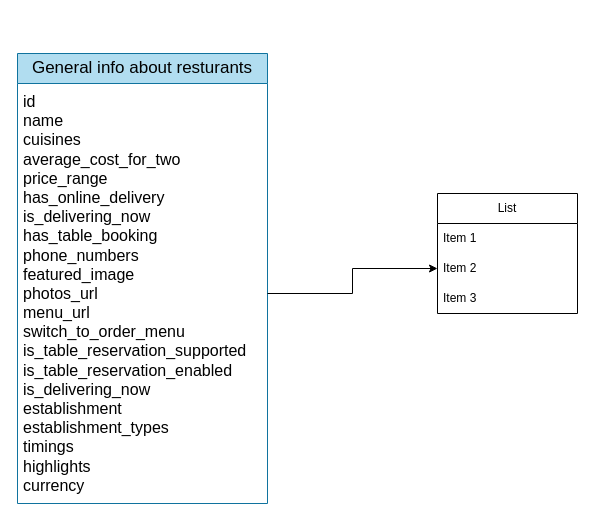
a7medgohary/restaurant_data_pipeline keeps this draw.io diagram as modelfor_data.drawio. Above is the earlier version. Source tidied: cells renumbered, new cells numbered last; positions are measured from the earlier drawing's top-left corner, leaving out a move shared by most shapes. Both pictures are drawn from the tidied source at 100%, with x=0, y=0 at pixel (17, 53).
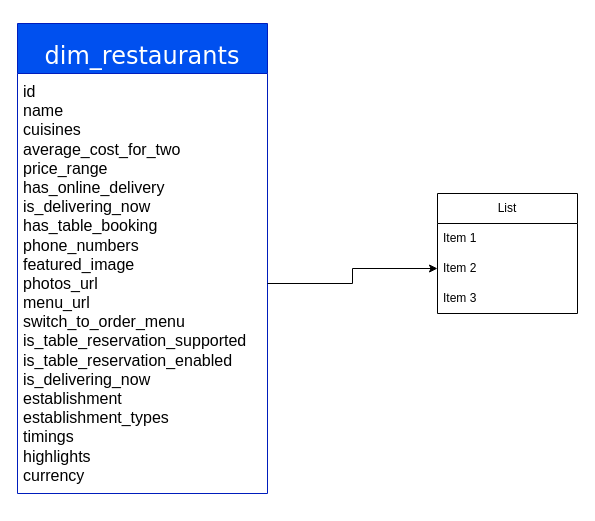
The same page after the edit.

The edit, as a diff of the source:
```diff
@@
 <mxGraphModel>
   <root>
     <mxCell id="0" />
     <mxCell id="1" parent="0" />
-    <mxCell id="2" value="&lt;font style=&quot;font-size: 17px;&quot;&gt;General info about resturants&lt;/font&gt;" style="swimlane;fontStyle=0;horizontal=1;startSize=30;whiteSpace=wrap;html=1;fillColor=#b1ddf0;strokeColor=#10739e;" parent="1" vertex="1">
-      <mxGeometry width="250" height="450" as="geometry" />
+    <mxCell id="2" value="&lt;h1 style=&quot;box-sizing: border-box; border: 0px solid rgb(229, 231, 235); scrollbar-color: auto; scrollbar-width: auto; --tw-border-spacing-x: 0; --tw-border-spacing-y: 0; --tw-translate-x: 0; --tw-translate-y: 0; --tw-rotate: 0; --tw-skew-x: 0; --tw-skew-y: 0; --tw-scale-x: 1; --tw-scale-y: 1; --tw-pan-x: ; --tw-pan-y: ; --tw-pinch-zoom: ; --tw-scroll-snap-strictness: proximity; --tw-gradient-from-position: ; --tw-gradient-via-position: ; --tw-gradient-to-position: ; --tw-ordinal: ; --tw-slashed-zero: ; --tw-numeric-figure: ; --tw-numeric-spacing: ; --tw-numeric-fraction: ; --tw-ring-inset: ; --tw-ring-offset-width: 0px; --tw-ring-offset-color: #fff; --tw-ring-color: rgb(59 130 246/0.5); --tw-ring-offset-shadow: 0 0 #0000; --tw-ring-shadow: 0 0 #0000; --tw-shadow: 0 0 #0000; --tw-shadow-colored: 0 0 #0000; --tw-blur: ; --tw-brightness: ; --tw-contrast: ; --tw-grayscale: ; --tw-hue-rotate: ; --tw-invert: ; --tw-saturate: ; --tw-sepia: ; --tw-drop-shadow: ; --tw-backdrop-blur: ; --tw-backdrop-brightness: ; --tw-backdrop-contrast: ; --tw-backdrop-grayscale: ; --tw-backdrop-hue-rotate: ; --tw-backdrop-invert: ; --tw-backdrop-opacity: ; --tw-backdrop-saturate: ; --tw-backdrop-sepia: ; --tw-contain-size: ; --tw-contain-layout: ; --tw-contain-paint: ; --tw-contain-style: ; font-weight: 475; margin: 1.5rem 0px 0.5rem; line-height: 1.75rem;&quot;&gt;&lt;code style=&quot;box-sizing: border-box; border: 0px solid rgb(229, 231, 235); scrollbar-color: auto; scrollbar-width: auto; --tw-border-spacing-x: 0; --tw-border-spacing-y: 0; --tw-translate-x: 0; --tw-translate-y: 0; --tw-rotate: 0; --tw-skew-x: 0; --tw-skew-y: 0; --tw-scale-x: 1; --tw-scale-y: 1; --tw-pan-x: ; --tw-pan-y: ; --tw-pinch-zoom: ; --tw-scroll-snap-strictness: proximity; --tw-gradient-from-position: ; --tw-gradient-via-position: ; --tw-gradient-to-position: ; --tw-ordinal: ; --tw-slashed-zero: ; --tw-numeric-figure: ; --tw-numeric-spacing: ; --tw-numeric-fraction: ; --tw-ring-inset: ; --tw-ring-offset-width: 0px; --tw-ring-offset-color: #fff; --tw-ring-color: rgb(59 130 246/0.5); --tw-ring-offset-shadow: 0 0 #0000; --tw-ring-shadow: 0 0 #0000; --tw-shadow: 0 0 #0000; --tw-shadow-colored: 0 0 #0000; --tw-blur: ; --tw-brightness: ; --tw-contrast: ; --tw-grayscale: ; --tw-hue-rotate: ; --tw-invert: ; --tw-saturate: ; --tw-sepia: ; --tw-drop-shadow: ; --tw-backdrop-blur: ; --tw-backdrop-brightness: ; --tw-backdrop-contrast: ; --tw-backdrop-grayscale: ; --tw-backdrop-hue-rotate: ; --tw-backdrop-invert: ; --tw-backdrop-opacity: ; --tw-backdrop-saturate: ; --tw-backdrop-sepia: ; --tw-contain-size: ; --tw-contain-layout: ; --tw-contain-paint: ; --tw-contain-style: ; font-feature-settings: normal; font-variation-settings: normal; border-radius: 0.3125rem; padding: 0px 4px; font-synthesis: none;&quot;&gt;&lt;font style=&quot;line-height: 120%;&quot; face=&quot;Verdana&quot;&gt;dim_restaurants&lt;/font&gt;&lt;/code&gt;&lt;/h1&gt;" style="swimlane;fontStyle=0;horizontal=1;startSize=50;whiteSpace=wrap;html=1;fillColor=#0050ef;strokeColor=#001DBC;align=center;fontColor=#ffffff;" parent="1" vertex="1">
+      <mxGeometry y="-30" width="250" height="470" as="geometry" />
     </mxCell>
     <mxCell id="3" value="&lt;font face=&quot;Helvetica&quot; style=&quot;font-size: 16px; color: light-dark(rgb(0, 0, 0), rgb(255, 255, 255)); background-color: light-dark(#ffffff, var(--ge-dark-color, #121212));&quot;&gt;id&lt;/font&gt;&lt;div&gt;&lt;font face=&quot;Helvetica&quot; style=&quot;font-size: 16px; color: light-dark(rgb(0, 0, 0), rgb(255, 255, 255)); background-color: light-dark(#ffffff, var(--ge-dark-color, #121212));&quot;&gt;name&lt;/font&gt;&lt;/div&gt;&lt;div&gt;&lt;font face=&quot;Helvetica&quot; style=&quot;font-size: 16px; color: light-dark(rgb(0, 0, 0), rgb(255, 255, 255)); background-color: light-dark(#ffffff, var(--ge-dark-color, #121212));&quot;&gt;cuisines&lt;/font&gt;&lt;/div&gt;&lt;div&gt;&lt;span style=&quot;font-size: 16px; background-color: light-dark(#ffffff, var(--ge-dark-color, #121212));&quot;&gt;&lt;font style=&quot;color: light-dark(rgb(0, 0, 0), rgb(255, 255, 255));&quot;&gt;average_cost_for_two&lt;/font&gt;&lt;/span&gt;&lt;/div&gt;&lt;div&gt;&lt;span style=&quot;color: light-dark(rgb(0, 0, 0), rgb(255, 255, 255)); font-size: 16px; background-color: light-dark(#ffffff, var(--ge-dark-color, #121212));&quot;&gt;price_range&lt;/span&gt;&lt;/div&gt;&lt;div&gt;&lt;span style=&quot;color: light-dark(rgb(0, 0, 0), rgb(255, 255, 255)); font-size: 16px; background-color: light-dark(#ffffff, var(--ge-dark-color, #121212));&quot;&gt;has_online_delivery&lt;/span&gt;&lt;/div&gt;&lt;div&gt;&lt;span style=&quot;color: light-dark(rgb(0, 0, 0), rgb(255, 255, 255)); font-size: 16px; background-color: light-dark(#ffffff, var(--ge-dark-color, #121212));&quot;&gt;is_delivering_now&lt;/span&gt;&lt;/div&gt;&lt;div&gt;&lt;span style=&quot;color: light-dark(rgb(0, 0, 0), rgb(255, 255, 255)); font-size: 16px; background-color: light-dark(#ffffff, var(--ge-dark-color, #121212));&quot;&gt;has_table_booking&lt;/span&gt;&lt;/div&gt;&lt;div&gt;&lt;span style=&quot;color: light-dark(rgb(0, 0, 0), rgb(255, 255, 255)); font-size: 16px; background-color: light-dark(#ffffff, var(--ge-dark-color, #121212));&quot;&gt;phone_numbers&lt;/span&gt;&lt;/div&gt;&lt;div&gt;&lt;span style=&quot;color: light-dark(rgb(0, 0, 0), rgb(255, 255, 255)); font-size: 16px; background-color: light-dark(#ffffff, var(--ge-dark-color, #121212));&quot;&gt;featured_image&lt;/span&gt;&lt;/div&gt;&lt;div&gt;&lt;span style=&quot;color: light-dark(rgb(0, 0, 0), rgb(255, 255, 255)); font-size: 16px; background-color: light-dark(#ffffff, var(--ge-dark-color, #121212));&quot;&gt;photos_url&lt;/span&gt;&lt;/div&gt;&lt;div&gt;&lt;span style=&quot;color: light-dark(rgb(0, 0, 0), rgb(255, 255, 255)); font-size: 16px; background-color: light-dark(#ffffff, var(--ge-dark-color, #121212));&quot;&gt;menu_url&lt;/span&gt;&lt;/div&gt;&lt;div&gt;&lt;span style=&quot;color: light-dark(rgb(0, 0, 0), rgb(255, 255, 255)); font-size: 16px; background-color: light-dark(#ffffff, var(--ge-dark-color, #121212));&quot;&gt;switch_to_order_menu&lt;/span&gt;&lt;/div&gt;&lt;div&gt;&lt;span style=&quot;color: light-dark(rgb(0, 0, 0), rgb(255, 255, 255)); font-size: 16px; background-color: light-dark(#ffffff, var(--ge-dark-color, #121212));&quot;&gt;is_table_reservation_supported&lt;/span&gt;&lt;/div&gt;&lt;div&gt;&lt;span style=&quot;color: light-dark(rgb(0, 0, 0), rgb(255, 255, 255)); font-size: 16px; background-color: light-dark(#ffffff, var(--ge-dark-color, #121212));&quot;&gt;is_table_reservation_enabled&lt;/span&gt;&lt;/div&gt;&lt;div&gt;&lt;span style=&quot;color: light-dark(rgb(0, 0, 0), rgb(255, 255, 255)); font-size: 16px; background-color: light-dark(#ffffff, var(--ge-dark-color, #121212));&quot;&gt;is_delivering_now&lt;/span&gt;&lt;/div&gt;&lt;div&gt;&lt;span style=&quot;color: light-dark(rgb(0, 0, 0), rgb(255, 255, 255)); font-size: 16px; background-color: light-dark(#ffffff, var(--ge-dark-color, #121212));&quot;&gt;establishment&lt;/span&gt;&lt;/div&gt;&lt;div&gt;&lt;span style=&quot;color: light-dark(rgb(0, 0, 0), rgb(255, 255, 255)); font-size: 16px; background-color: light-dark(#ffffff, var(--ge-dark-color, #121212));&quot;&gt;establishment_types&lt;/span&gt;&lt;/div&gt;&lt;div&gt;&lt;span style=&quot;color: light-dark(rgb(0, 0, 0), rgb(255, 255, 255)); font-size: 16px; background-color: light-dark(#ffffff, var(--ge-dark-color, #121212));&quot;&gt;timings&lt;/span&gt;&lt;/div&gt;&lt;div&gt;&lt;span style=&quot;color: light-dark(rgb(0, 0, 0), rgb(255, 255, 255)); font-size: 16px; background-color: light-dark(#ffffff, var(--ge-dark-color, #121212));&quot;&gt;highlights&lt;/span&gt;&lt;/div&gt;&lt;div&gt;&lt;span style=&quot;color: light-dark(rgb(0, 0, 0), rgb(255, 255, 255)); font-size: 16px; background-color: light-dark(#ffffff, var(--ge-dark-color, #121212));&quot;&gt;currency&lt;/span&gt;&lt;/div&gt;" style="text;align=left;verticalAlign=middle;spacingLeft=4;spacingRight=4;overflow=hidden;points=[[0,0.5],[1,0.5]];portConstraint=eastwest;whiteSpace=wrap;html=1;" parent="2" vertex="1">
-      <mxGeometry y="30" width="250" height="420" as="geometry" />
+      <mxGeometry y="50" width="250" height="420" as="geometry" />
     </mxCell>
     <mxCell id="4" value="List" style="swimlane;fontStyle=0;horizontal=1;startSize=30;whiteSpace=wrap;html=1;" parent="1" vertex="1">
       <mxGeometry x="420" y="140" width="140" height="120" as="geometry" />
     </mxCell>
     <mxCell id="5" value="Item 1" style="text;strokeColor=none;fillColor=none;align=left;verticalAlign=middle;spacingLeft=4;spacingRight=4;overflow=hidden;whiteSpace=wrap;html=1;" parent="4" vertex="1">
       <mxGeometry y="30" width="140" height="30" as="geometry" />
     </mxCell>
     <mxCell id="6" value="Item 2" style="text;strokeColor=none;fillColor=none;align=left;verticalAlign=middle;spacingLeft=4;spacingRight=4;overflow=hidden;points=[[0,0.5],[1,0.5]];portConstraint=eastwest;whiteSpace=wrap;html=1;" parent="4" vertex="1">
       <mxGeometry y="60" width="140" height="30" as="geometry" />
     </mxCell>
     <mxCell id="7" value="Item 3" style="text;strokeColor=none;fillColor=none;align=left;verticalAlign=middle;spacingLeft=4;spacingRight=4;overflow=hidden;whiteSpace=wrap;html=1;" parent="4" vertex="1">
       <mxGeometry y="90" width="140" height="30" as="geometry" />
     </mxCell>
     <mxCell id="8" style="edgeStyle=orthogonalEdgeStyle;rounded=0;jettySize=auto;html=1;exitX=1;exitY=0.5;exitDx=0;exitDy=0;entryX=0;entryY=0.5;entryDx=0;entryDy=0;" parent="1" edge="1" source="3" target="6">
       <mxGeometry relative="1" as="geometry" />
     </mxCell>
   </root>
 </mxGraphModel>
```
